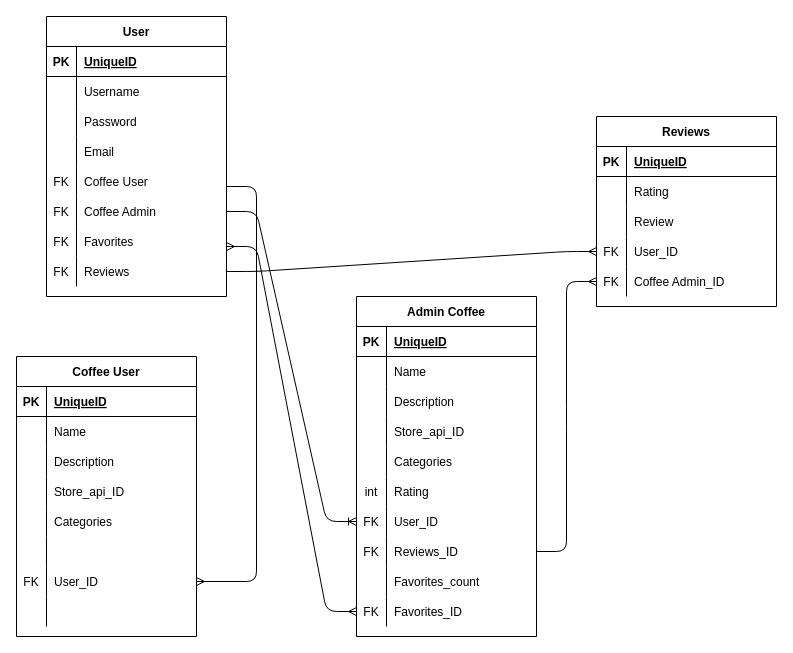
This is ERD 2 Coffe.drawio from MashdorDev/buzz, a draw.io file, before an edit. Source tidied: cells renumbered, new cells numbered last; positions are measured from the earlier drawing's top-left corner, leaving out a move shared by most shapes. Both pictures are drawn from the tidied source at 100%, with x=0, y=0 at pixel (16, 16).
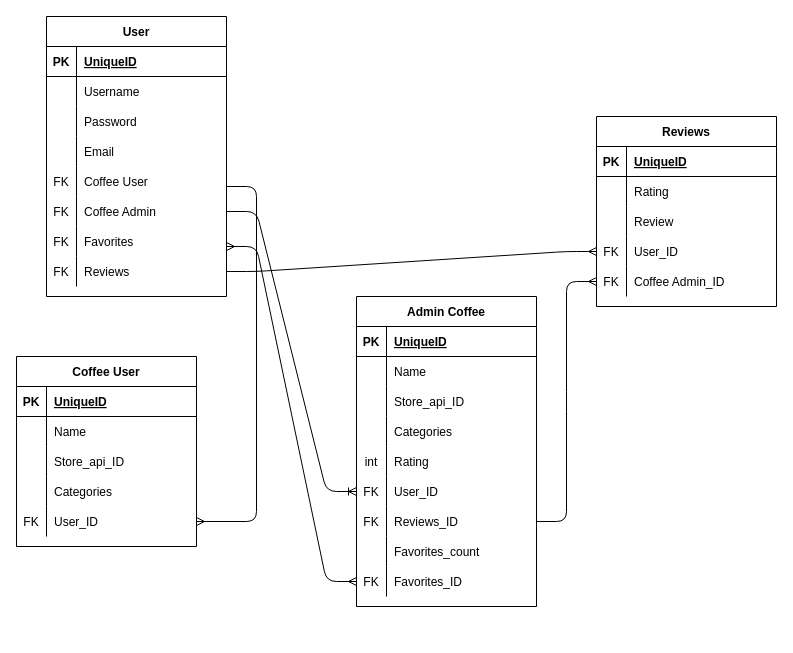
After the change.

Commit message (it also covers changes not shown here):
updated erd files and organized code

Change to the diagram source:
```diff
@@
     <mxCell id="43" value="Coffee User" style="shape=table;startSize=30;childLayout=tableLayout;rowLines=0;fontStyle=1;align=center;" parent="1" vertex="1">
-      <mxGeometry y="340" width="180" height="280" as="geometry" />
+      <mxGeometry y="340" width="180" height="190" as="geometry" />
     </mxCell>
@@
-    <mxCell id="50" style="shape=partialRectangle;fillColor=none;top=0;left=0;bottom=0;right=0;" parent="43" vertex="1">
-      <mxGeometry y="90" width="180" height="30" as="geometry" />
-    </mxCell>
-    <mxCell id="51" style="shape=partialRectangle;fillColor=none;top=0;left=0;bottom=0;right=0;overflow=hidden;" parent="50" vertex="1">
-      <mxGeometry width="30" height="30" as="geometry" />
-    </mxCell>
-    <mxCell id="52" value="Description" style="shape=partialRectangle;fillColor=none;top=0;left=0;bottom=0;right=0;align=left;spacingLeft=6;overflow=hidden;" parent="50" vertex="1">
-      <mxGeometry x="30" width="150" height="30" as="geometry" />
-    </mxCell>
     <mxCell id="53" style="shape=partialRectangle;fillColor=none;top=0;left=0;bottom=0;right=0;" parent="43" vertex="1">
-      <mxGeometry y="120" width="180" height="30" as="geometry" />
+      <mxGeometry y="90" width="180" height="30" as="geometry" />
     </mxCell>
@@
     <mxCell id="56" style="shape=partialRectangle;fillColor=none;top=0;left=0;bottom=0;right=0;" parent="43" vertex="1">
-      <mxGeometry y="150" width="180" height="30" as="geometry" />
+      <mxGeometry y="120" width="180" height="30" as="geometry" />
     </mxCell>
@@
-    <mxCell id="59" style="shape=partialRectangle;fillColor=none;top=0;left=0;bottom=0;right=0;" parent="43" vertex="1">
-      <mxGeometry y="180" width="180" height="30" as="geometry" />
-    </mxCell>
-    <mxCell id="60" style="shape=partialRectangle;fillColor=none;top=0;left=0;bottom=0;right=0;overflow=hidden;" parent="59" vertex="1">
-      <mxGeometry width="30" height="30" as="geometry" />
-    </mxCell>
-    <mxCell id="61" style="shape=partialRectangle;fillColor=none;top=0;left=0;bottom=0;right=0;align=left;spacingLeft=6;overflow=hidden;" parent="59" vertex="1">
-      <mxGeometry x="30" width="150" height="30" as="geometry" />
-    </mxCell>
     <mxCell id="62" style="shape=partialRectangle;fillColor=none;top=0;left=0;bottom=0;right=0;points=[[0,0.5],[1,0.5]];portConstraint=eastwest;" parent="43" vertex="1">
-      <mxGeometry y="210" width="180" height="30" as="geometry" />
+      <mxGeometry y="150" width="180" height="30" as="geometry" />
     </mxCell>
@@
-    <mxCell id="65" style="shape=partialRectangle;fillColor=none;top=0;left=0;bottom=0;right=0;" parent="43" vertex="1">
-      <mxGeometry y="240" width="180" height="30" as="geometry" />
-    </mxCell>
-    <mxCell id="66" style="shape=partialRectangle;fillColor=none;top=0;left=0;bottom=0;right=0;overflow=hidden;" parent="65" vertex="1">
-      <mxGeometry width="30" height="30" as="geometry" />
-    </mxCell>
-    <mxCell id="67" style="shape=partialRectangle;fillColor=none;top=0;left=0;bottom=0;right=0;align=left;spacingLeft=6;overflow=hidden;" parent="65" vertex="1">
-      <mxGeometry x="30" width="150" height="30" as="geometry" />
-    </mxCell>
     <mxCell id="68" value="Admin Coffee" style="shape=table;startSize=30;childLayout=tableLayout;rowLines=0;fontStyle=1;align=center;" parent="1" vertex="1">
-      <mxGeometry x="340" y="280" width="180" height="340" as="geometry" />
+      <mxGeometry x="340" y="280" width="180" height="310" as="geometry" />
     </mxCell>
@@
-    <mxCell id="75" style="shape=partialRectangle;fillColor=none;top=0;left=0;bottom=0;right=0;" parent="68" vertex="1">
-      <mxGeometry y="90" width="180" height="30" as="geometry" />
-    </mxCell>
-    <mxCell id="76" style="shape=partialRectangle;fillColor=none;top=0;left=0;bottom=0;right=0;overflow=hidden;" parent="75" vertex="1">
-      <mxGeometry width="30" height="30" as="geometry" />
-    </mxCell>
-    <mxCell id="77" value="Description" style="shape=partialRectangle;fillColor=none;top=0;left=0;bottom=0;right=0;align=left;spacingLeft=6;overflow=hidden;" parent="75" vertex="1">
-      <mxGeometry x="30" width="150" height="30" as="geometry" />
-    </mxCell>
     <mxCell id="78" style="shape=partialRectangle;fillColor=none;top=0;left=0;bottom=0;right=0;" parent="68" vertex="1">
-      <mxGeometry y="120" width="180" height="30" as="geometry" />
+      <mxGeometry y="90" width="180" height="30" as="geometry" />
     </mxCell>
@@
     <mxCell id="81" style="shape=partialRectangle;fillColor=none;top=0;left=0;bottom=0;right=0;" parent="68" vertex="1">
-      <mxGeometry y="150" width="180" height="30" as="geometry" />
+      <mxGeometry y="120" width="180" height="30" as="geometry" />
     </mxCell>
@@
     <mxCell id="84" style="shape=partialRectangle;fillColor=none;top=0;left=0;bottom=0;right=0;" parent="68" vertex="1">
-      <mxGeometry y="180" width="180" height="30" as="geometry" />
+      <mxGeometry y="150" width="180" height="30" as="geometry" />
     </mxCell>
@@
     <mxCell id="87" style="shape=partialRectangle;fillColor=none;top=0;left=0;bottom=0;right=0;points=[[0,0.5],[1,0.5]];portConstraint=eastwest;" parent="68" vertex="1">
-      <mxGeometry y="210" width="180" height="30" as="geometry" />
+      <mxGeometry y="180" width="180" height="30" as="geometry" />
     </mxCell>
@@
     <mxCell id="90" style="shape=partialRectangle;fillColor=none;top=0;left=0;bottom=0;right=0;points=[[0,0.5],[1,0.5]];portConstraint=eastwest;" parent="68" vertex="1">
-      <mxGeometry y="240" width="180" height="30" as="geometry" />
+      <mxGeometry y="210" width="180" height="30" as="geometry" />
     </mxCell>
@@
     <mxCell id="93" style="shape=partialRectangle;fillColor=none;top=0;left=0;bottom=0;right=0;" parent="68" vertex="1">
-      <mxGeometry y="270" width="180" height="30" as="geometry" />
+      <mxGeometry y="240" width="180" height="30" as="geometry" />
     </mxCell>
@@
     <mxCell id="96" style="shape=partialRectangle;fillColor=none;top=0;left=0;bottom=0;right=0;points=[[0,0.5],[1,0.5]];portConstraint=eastwest;" parent="68" vertex="1">
-      <mxGeometry y="300" width="180" height="30" as="geometry" />
+      <mxGeometry y="270" width="180" height="30" as="geometry" />
     </mxCell>
```
